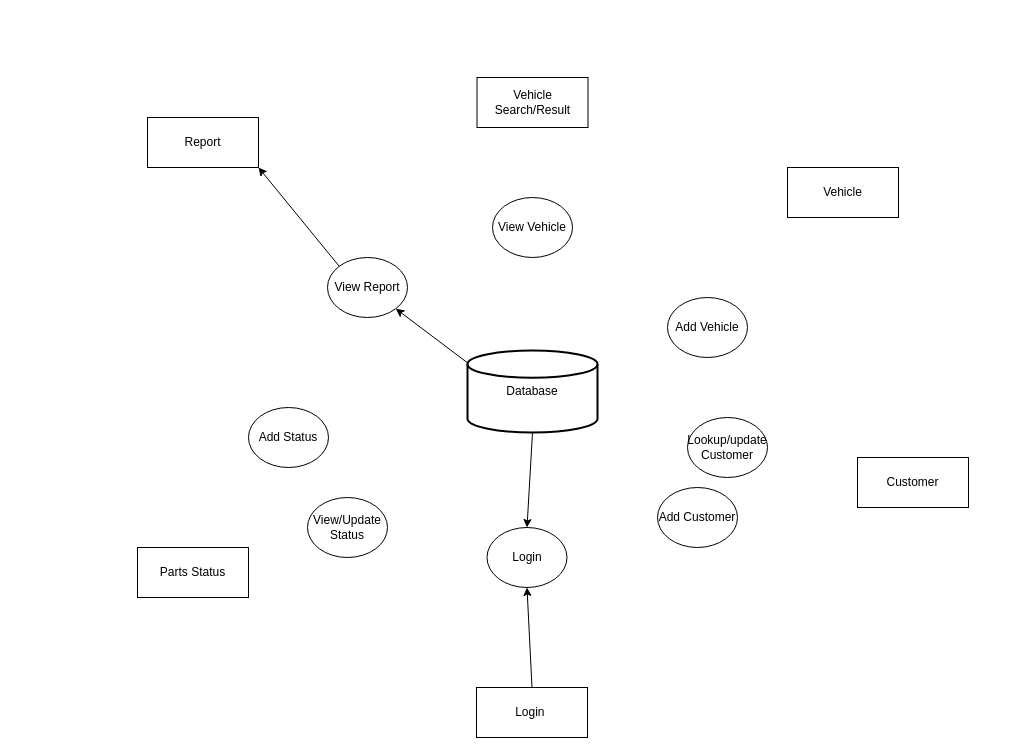
This is phase1IFD.drawio from dav1dwd/CS6400, a draw.io file, before an edit. Source tidied: cells renumbered, new cells numbered last; positions are measured from the earlier drawing's top-left corner, leaving out a move shared by most shapes. Both pictures are drawn from the tidied source at 100%, with x=0, y=0 at pixel (137, 77).
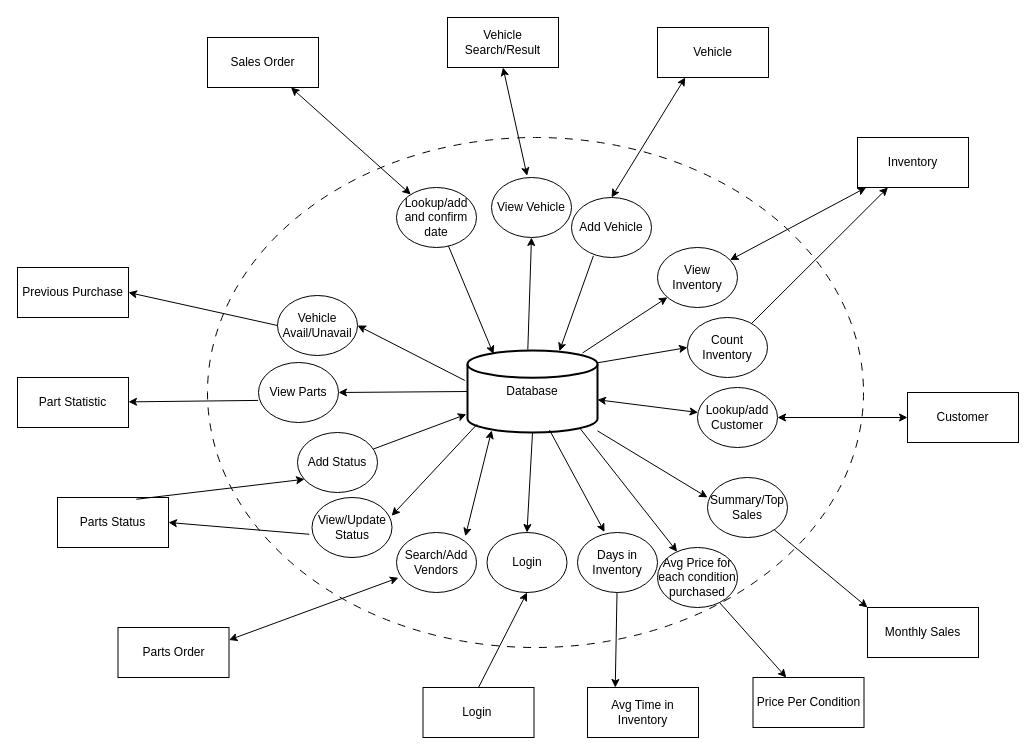
The same page after the edit.

Unchanged cells that the change refers to:
```xml
<mxCell id="2" value="Database" style="strokeWidth=2;html=1;shape=mxgraph.flowchart.database;whiteSpace=wrap;" parent="1" vertex="1">
  <mxGeometry x="330" y="273" width="130" height="82" as="geometry" />
</mxCell>
```

What changed in the source:
```diff
@@
     <mxCell id="3" value="Login&amp;nbsp;" style="rounded=0;whiteSpace=wrap;html=1;" parent="1" vertex="1">
-      <mxGeometry x="339" y="610" width="111" height="50" as="geometry" />
+      <mxGeometry x="285.5" y="610" width="111" height="50" as="geometry" />
     </mxCell>
@@
     <mxCell id="6" value="View/Update Status" style="ellipse;whiteSpace=wrap;html=1;" parent="1" vertex="1">
-      <mxGeometry x="170" y="420" width="80" height="60" as="geometry" />
+      <mxGeometry x="174.5" y="420" width="80" height="60" as="geometry" />
     </mxCell>
     <mxCell id="7" value="Login&lt;br&gt;" style="ellipse;whiteSpace=wrap;html=1;" parent="1" vertex="1">
-      <mxGeometry x="349.5" y="450" width="80" height="60" as="geometry" />
+      <mxGeometry x="349.5" y="455" width="80" height="60" as="geometry" />
     </mxCell>
     <mxCell id="8" value="Add Status" style="ellipse;whiteSpace=wrap;html=1;" parent="1" vertex="1">
-      <mxGeometry x="111" y="330" width="80" height="60" as="geometry" />
+      <mxGeometry x="160" y="355" width="80" height="60" as="geometry" />
     </mxCell>
-    <mxCell id="9" value="View Report" style="ellipse;whiteSpace=wrap;html=1;" parent="1" vertex="1">
-      <mxGeometry x="190" y="180" width="80" height="60" as="geometry" />
+    <mxCell id="9" value="Lookup/add and confirm date" style="ellipse;whiteSpace=wrap;html=1;" parent="1" vertex="1">
+      <mxGeometry x="259" y="110" width="80" height="60" as="geometry" />
     </mxCell>
     <mxCell id="10" value="Add Vehicle" style="ellipse;whiteSpace=wrap;html=1;" parent="1" vertex="1">
-      <mxGeometry x="530" y="220" width="80" height="60" as="geometry" />
+      <mxGeometry x="434" y="120" width="80" height="60" as="geometry" />
     </mxCell>
     <mxCell id="11" value="Vehicle Search/Result" style="rounded=0;whiteSpace=wrap;html=1;" parent="1" vertex="1">
-      <mxGeometry x="339.5" width="111" height="50" as="geometry" />
+      <mxGeometry x="310" y="-60" width="111" height="50" as="geometry" />
     </mxCell>
     <mxCell id="12" value="Vehicle" style="rounded=0;whiteSpace=wrap;html=1;" parent="1" vertex="1">
-      <mxGeometry x="650" y="90" width="111" height="50" as="geometry" />
+      <mxGeometry x="520" y="-50" width="111" height="50" as="geometry" />
     </mxCell>
     <mxCell id="13" value="Customer" style="rounded=0;whiteSpace=wrap;html=1;" parent="1" vertex="1">
-      <mxGeometry x="720" y="380" width="111" height="50" as="geometry" />
+      <mxGeometry x="770" y="315" width="111" height="50" as="geometry" />
     </mxCell>
     <mxCell id="14" value="Parts Status" style="rounded=0;whiteSpace=wrap;html=1;" parent="1" vertex="1">
-      <mxGeometry y="470" width="111" height="50" as="geometry" />
+      <mxGeometry x="-80" y="420" width="111" height="50" as="geometry" />
     </mxCell>
-    <mxCell id="15" value="Report" style="rounded=0;whiteSpace=wrap;html=1;" parent="1" vertex="1">
-      <mxGeometry x="10" y="40" width="111" height="50" as="geometry" />
+    <mxCell id="15" value="Sales Order" style="rounded=0;whiteSpace=wrap;html=1;" parent="1" vertex="1">
+      <mxGeometry x="70" y="-40" width="111" height="50" as="geometry" />
     </mxCell>
-    <mxCell id="16" style="endArrow=classic;html=1;rounded=0;entryX=1;entryY=1;entryDx=0;entryDy=0;exitX=0;exitY=0;exitDx=0;exitDy=0;" parent="1" edge="1" source="9" target="15">
-      <mxGeometry relative="1" as="geometry" />
-    </mxCell>
-    <mxCell id="17" style="endArrow=classic;html=1;rounded=0;entryX=1;entryY=1;entryDx=0;entryDy=0;exitX=0;exitY=0.15;exitDx=0;exitDy=0;exitPerimeter=0;" parent="1" edge="1" source="2" target="9">
+    <mxCell id="17" style="endArrow=classic;html=1;rounded=0;entryX=0.2;entryY=0.043;entryDx=0;entryDy=0;entryPerimeter=0;" parent="1" edge="1" source="9" target="2">
       <mxGeometry relative="1" as="geometry" />
     </mxCell>
-    <mxCell id="18" value="Lookup/update Customer" style="ellipse;whiteSpace=wrap;html=1;" parent="1" vertex="1">
-      <mxGeometry x="550" y="340" width="80" height="60" as="geometry" />
+    <mxCell id="18" value="Lookup/add Customer" style="ellipse;whiteSpace=wrap;html=1;" parent="1" vertex="1">
+      <mxGeometry x="560" y="310" width="80" height="60" as="geometry" />
     </mxCell>
-    <mxCell id="19" value="Add Customer" style="ellipse;whiteSpace=wrap;html=1;" parent="1" vertex="1">
-      <mxGeometry x="520" y="410" width="80" height="60" as="geometry" />
-    </mxCell>
     <mxCell id="20" value="View Vehicle" style="ellipse;whiteSpace=wrap;html=1;" parent="1" vertex="1">
-      <mxGeometry x="355" y="120" width="80" height="60" as="geometry" />
+      <mxGeometry x="354" y="100" width="80" height="60" as="geometry" />
     </mxCell>
+    <mxCell id="21" value="Part Statistic" style="rounded=0;whiteSpace=wrap;html=1;" parent="1" vertex="1">
+      <mxGeometry x="-120" y="300" width="111" height="50" as="geometry" />
+    </mxCell>
+    <mxCell id="22" value="View Parts" style="ellipse;whiteSpace=wrap;html=1;" parent="1" vertex="1">
+      <mxGeometry x="121" y="285" width="80" height="60" as="geometry" />
+    </mxCell>
+    <mxCell id="23" value="Previous Purchase" style="rounded=0;whiteSpace=wrap;html=1;" parent="1" vertex="1">
+      <mxGeometry x="-120" y="190" width="111" height="50" as="geometry" />
+    </mxCell>
+    <mxCell id="24" value="Vehicle Avail/Unavail" style="ellipse;whiteSpace=wrap;html=1;" parent="1" vertex="1">
+      <mxGeometry x="140" y="218" width="80" height="60" as="geometry" />
+    </mxCell>
+    <mxCell id="25" value="Inventory&lt;br&gt;" style="rounded=0;whiteSpace=wrap;html=1;" parent="1" vertex="1">
+      <mxGeometry x="720" y="60" width="111" height="50" as="geometry" />
+    </mxCell>
+    <mxCell id="26" value="View Inventory" style="ellipse;whiteSpace=wrap;html=1;" parent="1" vertex="1">
+      <mxGeometry x="520" y="170" width="80" height="60" as="geometry" />
+    </mxCell>
+    <mxCell id="27" value="Count Inventory" style="ellipse;whiteSpace=wrap;html=1;" parent="1" vertex="1">
+      <mxGeometry x="550" y="240" width="80" height="60" as="geometry" />
+    </mxCell>
+    <mxCell id="28" value="Parts Order" style="rounded=0;whiteSpace=wrap;html=1;" parent="1" vertex="1">
+      <mxGeometry x="-19.5" y="550" width="111" height="50" as="geometry" />
+    </mxCell>
+    <mxCell id="29" value="Search/Add Vendors" style="ellipse;whiteSpace=wrap;html=1;" parent="1" vertex="1">
+      <mxGeometry x="259" y="455" width="80" height="60" as="geometry" />
+    </mxCell>
+    <mxCell id="30" style="endArrow=classic;html=1;rounded=0;entryX=0.5;entryY=1;entryDx=0;entryDy=0;exitX=0.464;exitY=-0.01;exitDx=0;exitDy=0;exitPerimeter=0;" parent="1" edge="1" source="2" target="20">
+      <mxGeometry relative="1" as="geometry" />
+    </mxCell>
+    <mxCell id="31" style="endArrow=classic;startArrow=classic;html=1;rounded=0;entryX=0.5;entryY=1;entryDx=0;entryDy=0;exitX=0.445;exitY=-0.028;exitDx=0;exitDy=0;exitPerimeter=0;" parent="1" edge="1" source="20" target="11">
+      <mxGeometry relative="1" as="geometry" />
+    </mxCell>
+    <mxCell id="32" style="endArrow=classic;startArrow=classic;html=1;rounded=0;exitX=0.5;exitY=0;exitDx=0;exitDy=0;entryX=0.25;entryY=1;entryDx=0;entryDy=0;" parent="1" edge="1" source="10" target="12">
+      <mxGeometry relative="1" as="geometry" />
+    </mxCell>
+    <mxCell id="33" style="endArrow=classic;startArrow=classic;html=1;rounded=0;" parent="1" edge="1" source="26" target="25">
+      <mxGeometry relative="1" as="geometry" />
+    </mxCell>
+    <mxCell id="34" style="endArrow=classic;html=1;rounded=0;exitX=0.885;exitY=0.03;exitDx=0;exitDy=0;exitPerimeter=0;" parent="1" edge="1" source="2" target="26">
+      <mxGeometry relative="1" as="geometry" />
+    </mxCell>
+    <mxCell id="35" style="endArrow=classic;html=1;rounded=0;entryX=0.707;entryY=0.008;entryDx=0;entryDy=0;entryPerimeter=0;exitX=0.274;exitY=0.972;exitDx=0;exitDy=0;exitPerimeter=0;" parent="1" edge="1" source="10" target="2">
+      <mxGeometry relative="1" as="geometry" />
+    </mxCell>
+    <mxCell id="36" style="endArrow=classic;html=1;rounded=0;entryX=0;entryY=0.5;entryDx=0;entryDy=0;exitX=1;exitY=0.15;exitDx=0;exitDy=0;exitPerimeter=0;" parent="1" edge="1" source="2" target="27">
+      <mxGeometry relative="1" as="geometry" />
+    </mxCell>
+    <mxCell id="37" style="endArrow=classic;html=1;rounded=0;" parent="1" edge="1" source="27" target="25">
+      <mxGeometry relative="1" as="geometry" />
+    </mxCell>
+    <mxCell id="38" style="endArrow=classic;startArrow=classic;html=1;rounded=0;" parent="1" edge="1" source="2" target="18">
+      <mxGeometry relative="1" as="geometry" />
+    </mxCell>
+    <mxCell id="39" style="endArrow=classic;startArrow=classic;html=1;rounded=0;" parent="1" edge="1" source="18" target="13">
+      <mxGeometry relative="1" as="geometry" />
+    </mxCell>
+    <mxCell id="40" style="endArrow=classic;html=1;rounded=0;entryX=0.995;entryY=0.305;entryDx=0;entryDy=0;entryPerimeter=0;exitX=0.074;exitY=0.9;exitDx=0;exitDy=0;exitPerimeter=0;" parent="1" edge="1" source="2" target="6">
+      <mxGeometry relative="1" as="geometry" />
+    </mxCell>
+    <mxCell id="41" style="endArrow=classic;html=1;rounded=0;entryX=1;entryY=0.5;entryDx=0;entryDy=0;exitX=-0.034;exitY=0.613;exitDx=0;exitDy=0;exitPerimeter=0;" parent="1" edge="1" source="6" target="14">
+      <mxGeometry relative="1" as="geometry" />
+    </mxCell>
+    <mxCell id="42" style="endArrow=classic;html=1;rounded=0;entryX=-0.009;entryY=0.778;entryDx=0;entryDy=0;entryPerimeter=0;" parent="1" edge="1" source="8" target="2">
+      <mxGeometry relative="1" as="geometry" />
+    </mxCell>
+    <mxCell id="43" style="endArrow=classic;html=1;rounded=0;entryX=0.088;entryY=0.779;entryDx=0;entryDy=0;entryPerimeter=0;exitX=0.71;exitY=0.035;exitDx=0;exitDy=0;exitPerimeter=0;" parent="1" edge="1" source="14" target="8">
+      <mxGeometry relative="1" as="geometry" />
+    </mxCell>
+    <mxCell id="44" style="endArrow=classic;startArrow=classic;html=1;rounded=0;exitX=1;exitY=0.25;exitDx=0;exitDy=0;entryX=0.024;entryY=0.754;entryDx=0;entryDy=0;entryPerimeter=0;" parent="1" edge="1" source="28" target="29">
+      <mxGeometry relative="1" as="geometry" />
+    </mxCell>
+    <mxCell id="45" style="endArrow=classic;startArrow=classic;html=1;rounded=0;entryX=0.186;entryY=0.975;entryDx=0;entryDy=0;entryPerimeter=0;exitX=0.861;exitY=0.062;exitDx=0;exitDy=0;exitPerimeter=0;" parent="1" edge="1" source="29" target="2">
+      <mxGeometry relative="1" as="geometry" />
+    </mxCell>
+    <mxCell id="46" style="endArrow=classic;html=1;rounded=0;exitX=-0.005;exitY=0.632;exitDx=0;exitDy=0;exitPerimeter=0;" parent="1" edge="1" source="22" target="21">
+      <mxGeometry relative="1" as="geometry" />
+    </mxCell>
+    <mxCell id="47" style="endArrow=classic;html=1;rounded=0;entryX=1;entryY=0.5;entryDx=0;entryDy=0;exitX=0;exitY=0.5;exitDx=0;exitDy=0;exitPerimeter=0;" parent="1" edge="1" source="2" target="22">
+      <mxGeometry relative="1" as="geometry" />
+    </mxCell>
+    <mxCell id="48" style="endArrow=classic;html=1;rounded=0;entryX=1;entryY=0.5;entryDx=0;entryDy=0;exitX=-0.021;exitY=0.365;exitDx=0;exitDy=0;exitPerimeter=0;" parent="1" edge="1" source="2" target="24">
+      <mxGeometry relative="1" as="geometry" />
+    </mxCell>
+    <mxCell id="49" style="endArrow=classic;html=1;rounded=0;entryX=1;entryY=0.5;entryDx=0;entryDy=0;exitX=0;exitY=0.5;exitDx=0;exitDy=0;" parent="1" edge="1" source="24" target="23">
+      <mxGeometry relative="1" as="geometry" />
+    </mxCell>
+    <mxCell id="50" value="Avg Time in Inventory" style="rounded=0;whiteSpace=wrap;html=1;" parent="1" vertex="1">
+      <mxGeometry x="450" y="610" width="111" height="50" as="geometry" />
+    </mxCell>
+    <mxCell id="51" value="Days in Inventory" style="ellipse;whiteSpace=wrap;html=1;" parent="1" vertex="1">
+      <mxGeometry x="440" y="455" width="80" height="60" as="geometry" />
+    </mxCell>
+    <mxCell id="52" style="endArrow=classic;html=1;rounded=0;entryX=0.338;entryY=-0.008;entryDx=0;entryDy=0;entryPerimeter=0;exitX=0.631;exitY=0.97;exitDx=0;exitDy=0;exitPerimeter=0;" parent="1" edge="1" source="2" target="51">
+      <mxGeometry relative="1" as="geometry" />
+    </mxCell>
+    <mxCell id="53" style="endArrow=classic;html=1;rounded=0;entryX=0.25;entryY=0;entryDx=0;entryDy=0;" parent="1" edge="1" source="51" target="50">
+      <mxGeometry relative="1" as="geometry" />
+    </mxCell>
+    <mxCell id="54" value="Price Per Condition" style="rounded=0;whiteSpace=wrap;html=1;" parent="1" vertex="1">
+      <mxGeometry x="615.5" y="600" width="111" height="50" as="geometry" />
+    </mxCell>
+    <mxCell id="55" value="Avg Price for each condition purchased" style="ellipse;whiteSpace=wrap;html=1;" parent="1" vertex="1">
+      <mxGeometry x="520" y="470" width="80" height="60" as="geometry" />
+    </mxCell>
+    <mxCell id="56" style="endArrow=classic;html=1;rounded=0;" parent="1" edge="1" source="55" target="54">
+      <mxGeometry relative="1" as="geometry" />
+    </mxCell>
+    <mxCell id="57" style="endArrow=classic;html=1;rounded=0;exitX=0.869;exitY=0.957;exitDx=0;exitDy=0;exitPerimeter=0;" parent="1" edge="1" source="2" target="55">
+      <mxGeometry relative="1" as="geometry" />
+    </mxCell>
+    <mxCell id="58" value="Summary/Top Sales" style="ellipse;whiteSpace=wrap;html=1;" parent="1" vertex="1">
+      <mxGeometry x="570" y="400" width="80" height="60" as="geometry" />
+    </mxCell>
+    <mxCell id="59" value="Monthly Sales" style="rounded=0;whiteSpace=wrap;html=1;" parent="1" vertex="1">
+      <mxGeometry x="730" y="530" width="111" height="50" as="geometry" />
+    </mxCell>
+    <mxCell id="60" style="endArrow=classic;html=1;rounded=0;entryX=0;entryY=0;entryDx=0;entryDy=0;" parent="1" edge="1" source="58" target="59">
+      <mxGeometry relative="1" as="geometry" />
+    </mxCell>
+    <mxCell id="61" style="endArrow=classic;html=1;rounded=0;entryX=0;entryY=0.333;entryDx=0;entryDy=0;entryPerimeter=0;" parent="1" edge="1" source="2" target="58">
+      <mxGeometry relative="1" as="geometry" />
+    </mxCell>
+    <mxCell id="62" style="endArrow=classic;startArrow=classic;html=1;rounded=0;" parent="1" edge="1" source="15" target="9">
+      <mxGeometry relative="1" as="geometry" />
+    </mxCell>
+    <mxCell id="63" style="ellipse;whiteSpace=wrap;html=1;fillColor=none;dashed=1;dashPattern=8 8;" parent="1" vertex="1">
+      <mxGeometry x="70" y="60" width="656" height="510" as="geometry" />
+    </mxCell>
```
